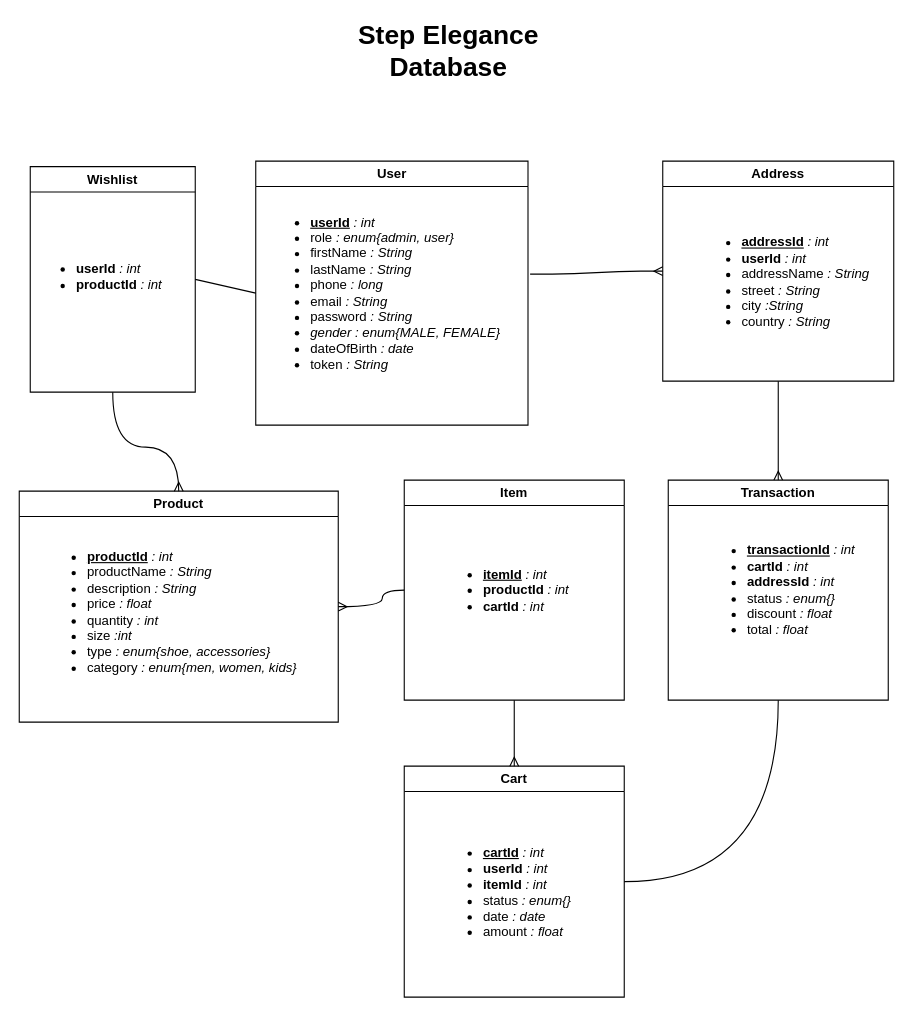
This is StepEleganceFrontEnd/src/assets/ER-diagram.drawio from kasmi00/Step_Elegance33A, a draw.io file, before an edit. Source tidied: cells renumbered, new cells numbered last; positions are measured from the earlier drawing's top-left corner, leaving out a move shared by most shapes. Both pictures are drawn from the tidied source at 110%, with x=0, y=0 at pixel (19, 29).
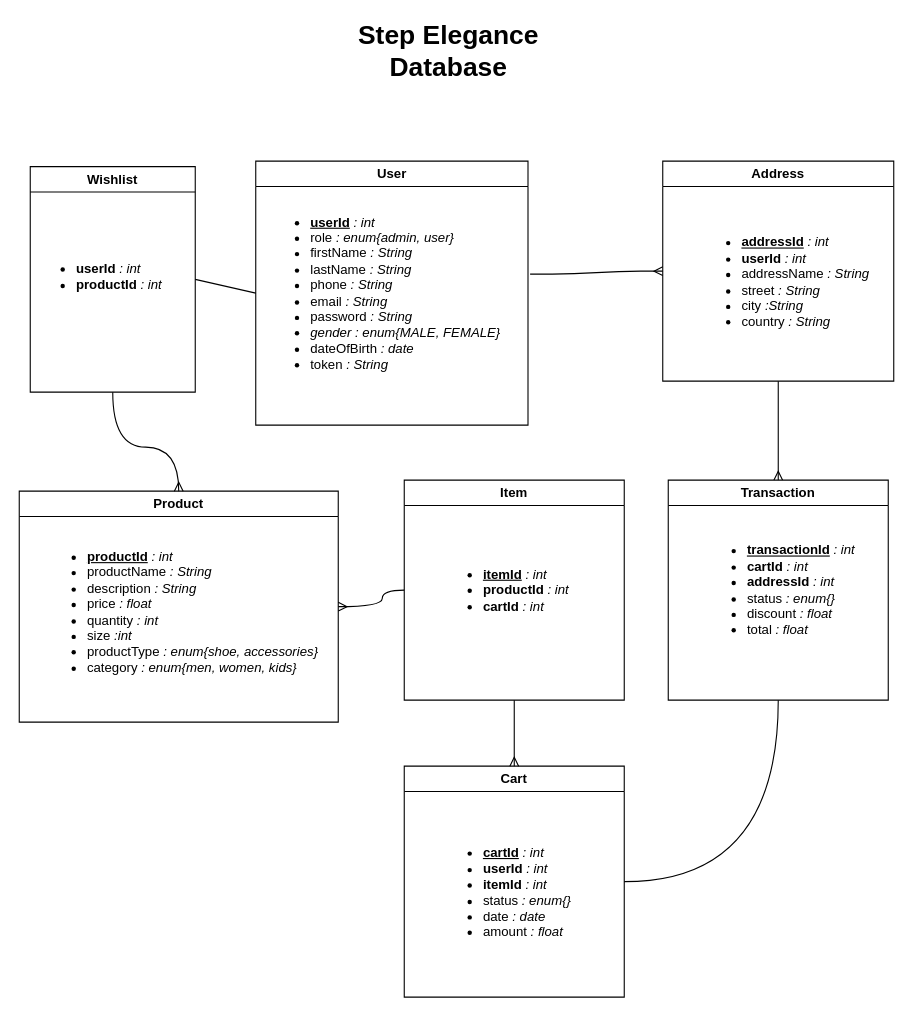
The same diagram, later.

The change refers to these unchanged cells:
```xml
<mxCell id="2" value="Product" style="swimlane;whiteSpace=wrap;html=1;" parent="1" vertex="1">
  <mxGeometry y="420" width="290" height="210" as="geometry" />
</mxCell>
<mxCell id="4" value="User" style="swimlane;whiteSpace=wrap;html=1;" parent="1" vertex="1">
  <mxGeometry x="215" y="120" width="247.5" height="240" as="geometry" />
</mxCell>
```

Change to the diagram source:
```diff
@@
-    <mxCell id="3" value="&lt;ul&gt;&lt;li&gt;&lt;u style=&quot;font-weight: bold;&quot;&gt;productId&lt;/u&gt;&lt;i&gt;&amp;nbsp;: int&lt;/i&gt;&lt;/li&gt;&lt;li&gt;productName &lt;i&gt;: String&lt;/i&gt;&lt;/li&gt;&lt;li&gt;description &lt;i&gt;: String&lt;/i&gt;&lt;/li&gt;&lt;li&gt;price &lt;i&gt;: float&lt;/i&gt;&lt;/li&gt;&lt;li&gt;quantity &lt;i&gt;: int&lt;/i&gt;&lt;/li&gt;&lt;li&gt;size &lt;i&gt;:int&lt;/i&gt;&lt;/li&gt;&lt;li&gt;type &lt;i&gt;: enum{shoe, accessories}&lt;/i&gt;&lt;/li&gt;&lt;li&gt;category &lt;i&gt;: enum{men, women, kids}&lt;/i&gt;&lt;/li&gt;&lt;/ul&gt;" style="text;html=1;align=left;verticalAlign=middle;strokeColor=none;fillColor=none;" parent="2" vertex="1">
-      <mxGeometry x="20" y="10" width="250" height="200" as="geometry" />
+    <mxCell id="3" value="&lt;ul&gt;&lt;li&gt;&lt;u style=&quot;font-weight: bold;&quot;&gt;productId&lt;/u&gt;&lt;i&gt;&amp;nbsp;: int&lt;/i&gt;&lt;/li&gt;&lt;li&gt;productName &lt;i&gt;: String&lt;/i&gt;&lt;/li&gt;&lt;li&gt;description &lt;i&gt;: String&lt;/i&gt;&lt;/li&gt;&lt;li&gt;price &lt;i&gt;: float&lt;/i&gt;&lt;/li&gt;&lt;li&gt;quantity &lt;i&gt;: int&lt;/i&gt;&lt;/li&gt;&lt;li&gt;size &lt;i&gt;:int&lt;/i&gt;&lt;/li&gt;&lt;li&gt;productType &lt;i&gt;: enum{shoe, accessories}&lt;/i&gt;&lt;/li&gt;&lt;li&gt;category &lt;i&gt;: enum{men, women, kids}&lt;/i&gt;&lt;/li&gt;&lt;/ul&gt;" style="text;html=1;align=left;verticalAlign=middle;strokeColor=none;fillColor=none;" parent="2" vertex="1">
+      <mxGeometry x="20" y="10" width="270" height="200" as="geometry" />
     </mxCell>
@@
-    <mxCell id="5" value="&lt;ul&gt;&lt;li&gt;&lt;b&gt;&lt;u&gt;userId&lt;/u&gt;&amp;nbsp;&lt;/b&gt;&lt;i&gt;: int&lt;/i&gt;&lt;/li&gt;&lt;li&gt;role &lt;i&gt;: enum{admin, user}&lt;/i&gt;&lt;/li&gt;&lt;li&gt;firstName &lt;i&gt;: String&lt;/i&gt;&lt;/li&gt;&lt;li&gt;lastName &lt;i&gt;: String&lt;/i&gt;&lt;/li&gt;&lt;li&gt;phone&lt;i&gt; : long&lt;/i&gt;&lt;/li&gt;&lt;li&gt;email &lt;i&gt;: String&lt;/i&gt;&lt;/li&gt;&lt;li&gt;password &lt;i&gt;: String&lt;/i&gt;&lt;/li&gt;&lt;li&gt;&lt;i&gt;gender : enum{MALE, FEMALE}&lt;/i&gt;&lt;/li&gt;&lt;li&gt;dateOfBirth &lt;i&gt;: date&lt;/i&gt;&lt;/li&gt;&lt;li&gt;token&lt;i&gt; : String&lt;/i&gt;&lt;/li&gt;&lt;/ul&gt;" style="text;html=1;align=left;verticalAlign=middle;points=[];strokeColor=none;fillColor=none;" parent="4" vertex="1">
+    <mxCell id="5" value="&lt;ul&gt;&lt;li&gt;&lt;b&gt;&lt;u&gt;userId&lt;/u&gt;&amp;nbsp;&lt;/b&gt;&lt;i&gt;: int&lt;/i&gt;&lt;/li&gt;&lt;li&gt;role &lt;i&gt;: enum{admin, user}&lt;/i&gt;&lt;/li&gt;&lt;li&gt;firstName &lt;i&gt;: String&lt;/i&gt;&lt;/li&gt;&lt;li&gt;lastName &lt;i&gt;: String&lt;/i&gt;&lt;/li&gt;&lt;li&gt;phone&lt;i&gt; : String&lt;/i&gt;&lt;/li&gt;&lt;li&gt;email &lt;i&gt;: String&lt;/i&gt;&lt;/li&gt;&lt;li&gt;password &lt;i&gt;: String&lt;/i&gt;&lt;/li&gt;&lt;li&gt;&lt;i&gt;gender : enum{MALE, FEMALE}&lt;/i&gt;&lt;/li&gt;&lt;li&gt;dateOfBirth &lt;i&gt;: date&lt;/i&gt;&lt;/li&gt;&lt;li&gt;token&lt;i&gt; : String&lt;/i&gt;&lt;/li&gt;&lt;/ul&gt;" style="text;html=1;align=left;verticalAlign=middle;points=[];strokeColor=none;fillColor=none;" parent="4" vertex="1">
       <mxGeometry x="7.5" width="240" height="240" as="geometry" />
     </mxCell>
```
